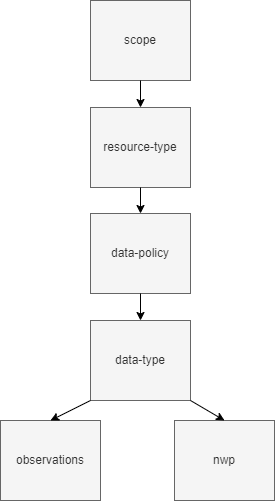
This is design.png from wmo-im/wis2-topic-hierarchy, a draw.io export, as it was before one commit. Source tidied: cells renumbered, new cells last; positions are measured from the earlier drawing's top-left corner, leaving out a move shared by most shapes. The source it was exported from:
```xml
<mxGraphModel>
  <root>
    <mxCell id="0" />
    <mxCell id="1" parent="0" />
    <mxCell id="2" value="scope" style="rounded=0;whiteSpace=wrap;html=1;fillColor=#f5f5f5;strokeColor=#666666;fontColor=#333333;" parent="1" vertex="1">
      <mxGeometry x="90" width="100" height="80" as="geometry" />
    </mxCell>
    <mxCell id="3" value="resource-type" style="rounded=0;whiteSpace=wrap;html=1;fillColor=#f5f5f5;strokeColor=#666666;fontColor=#333333;" parent="1" vertex="1">
      <mxGeometry x="90" y="107" width="100" height="80" as="geometry" />
    </mxCell>
    <mxCell id="4" value="data-policy" style="rounded=0;whiteSpace=wrap;html=1;fillColor=#f5f5f5;strokeColor=#666666;fontColor=#333333;" parent="1" vertex="1">
      <mxGeometry x="90" y="213" width="100" height="80" as="geometry" />
    </mxCell>
    <mxCell id="5" value="data-type" style="rounded=0;whiteSpace=wrap;html=1;fillColor=#f5f5f5;strokeColor=#666666;fontColor=#333333;" parent="1" vertex="1">
      <mxGeometry x="90" y="320" width="100" height="80" as="geometry" />
    </mxCell>
    <mxCell id="6" style="endArrow=classic;html=1;rounded=0;exitX=0.5;exitY=1;exitDx=0;exitDy=0;entryX=0.5;entryY=0;entryDx=0;entryDy=0;" parent="1" edge="1" source="2" target="3">
      <mxGeometry relative="1" as="geometry" />
    </mxCell>
    <mxCell id="7" style="endArrow=classic;html=1;rounded=0;exitX=0.5;exitY=1;exitDx=0;exitDy=0;entryX=0.5;entryY=0;entryDx=0;entryDy=0;" parent="1" edge="1" source="3" target="4">
      <mxGeometry relative="1" as="geometry" />
    </mxCell>
    <mxCell id="8" style="endArrow=classic;html=1;rounded=0;exitX=0.5;exitY=1;exitDx=0;exitDy=0;entryX=0.5;entryY=0;entryDx=0;entryDy=0;" parent="1" edge="1" source="4" target="5">
      <mxGeometry relative="1" as="geometry" />
    </mxCell>
    <mxCell id="9" value="observations" style="rounded=0;whiteSpace=wrap;html=1;fillColor=#f5f5f5;strokeColor=#666666;fontColor=#333333;" parent="1" vertex="1">
      <mxGeometry y="420" width="100" height="80" as="geometry" />
    </mxCell>
    <mxCell id="10" value="nwp" style="rounded=0;whiteSpace=wrap;html=1;fillColor=#f5f5f5;strokeColor=#666666;fontColor=#333333;" parent="1" vertex="1">
      <mxGeometry x="174" y="420" width="100" height="80" as="geometry" />
    </mxCell>
    <mxCell id="11" style="endArrow=classic;html=1;rounded=0;exitX=0;exitY=1;exitDx=0;exitDy=0;entryX=0.5;entryY=0;entryDx=0;entryDy=0;" parent="1" edge="1" source="5" target="9">
      <mxGeometry relative="1" as="geometry" />
    </mxCell>
    <mxCell id="12" style="endArrow=classic;html=1;rounded=0;exitX=1;exitY=1;exitDx=0;exitDy=0;entryX=0.5;entryY=0;entryDx=0;entryDy=0;" parent="1" edge="1" source="5" target="10">
      <mxGeometry relative="1" as="geometry" />
    </mxCell>
  </root>
</mxGraphModel>
```
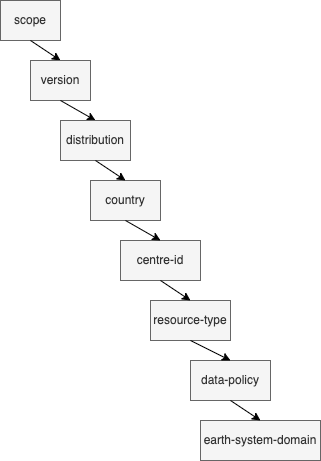
The same diagram one commit later.

What changed in the source:
```diff
@@ -3,37 +3,49 @@
     <mxCell id="0" />
     <mxCell id="1" parent="0" />
     <mxCell id="2" value="scope" style="rounded=0;whiteSpace=wrap;html=1;fillColor=#f5f5f5;strokeColor=#666666;fontColor=#333333;" parent="1" vertex="1">
-      <mxGeometry x="90" width="100" height="80" as="geometry" />
+      <mxGeometry x="-40" y="20" width="60" height="40" as="geometry" />
     </mxCell>
     <mxCell id="3" value="resource-type" style="rounded=0;whiteSpace=wrap;html=1;fillColor=#f5f5f5;strokeColor=#666666;fontColor=#333333;" parent="1" vertex="1">
-      <mxGeometry x="90" y="107" width="100" height="80" as="geometry" />
+      <mxGeometry x="110" y="320" width="80" height="40" as="geometry" />
     </mxCell>
     <mxCell id="4" value="data-policy" style="rounded=0;whiteSpace=wrap;html=1;fillColor=#f5f5f5;strokeColor=#666666;fontColor=#333333;" parent="1" vertex="1">
-      <mxGeometry x="90" y="213" width="100" height="80" as="geometry" />
+      <mxGeometry x="150" y="380" width="80" height="40" as="geometry" />
     </mxCell>
-    <mxCell id="5" value="data-type" style="rounded=0;whiteSpace=wrap;html=1;fillColor=#f5f5f5;strokeColor=#666666;fontColor=#333333;" parent="1" vertex="1">
-      <mxGeometry x="90" y="320" width="100" height="80" as="geometry" />
+    <mxCell id="5" value="earth-system-domain" style="rounded=0;whiteSpace=wrap;html=1;fillColor=#f5f5f5;strokeColor=#666666;fontColor=#333333;" parent="1" vertex="1">
+      <mxGeometry x="160" y="440" width="120" height="40" as="geometry" />
     </mxCell>
-    <mxCell id="6" style="endArrow=classic;html=1;rounded=0;exitX=0.5;exitY=1;exitDx=0;exitDy=0;entryX=0.5;entryY=0;entryDx=0;entryDy=0;" parent="1" edge="1" source="2" target="3">
+    <mxCell id="6" style="endArrow=classic;html=1;rounded=0;exitX=0.5;exitY=1;exitDx=0;exitDy=0;entryX=0.5;entryY=0;entryDx=0;entryDy=0;" parent="1" edge="1" source="2" target="13">
       <mxGeometry relative="1" as="geometry" />
     </mxCell>
     <mxCell id="7" style="endArrow=classic;html=1;rounded=0;exitX=0.5;exitY=1;exitDx=0;exitDy=0;entryX=0.5;entryY=0;entryDx=0;entryDy=0;" parent="1" edge="1" source="3" target="4">
       <mxGeometry relative="1" as="geometry" />
     </mxCell>
+    <mxCell id="13" value="version" style="rounded=0;whiteSpace=wrap;html=1;fillColor=#f5f5f5;strokeColor=#666666;fontColor=#333333;" parent="1" vertex="1">
+      <mxGeometry x="-10" y="80" width="60" height="40" as="geometry" />
+    </mxCell>
+    <mxCell id="14" style="endArrow=classic;html=1;rounded=0;exitX=0.5;exitY=1;exitDx=0;exitDy=0;entryX=0.5;entryY=0;entryDx=0;entryDy=0;" parent="1" edge="1" source="13" target="15">
+      <mxGeometry relative="1" as="geometry" />
+    </mxCell>
+    <mxCell id="15" value="distribution" style="rounded=0;whiteSpace=wrap;html=1;fillColor=#f5f5f5;strokeColor=#666666;fontColor=#333333;" parent="1" vertex="1">
+      <mxGeometry x="20" y="140" width="70" height="40" as="geometry" />
+    </mxCell>
+    <mxCell id="16" value="country" style="rounded=0;whiteSpace=wrap;html=1;fillColor=#f5f5f5;strokeColor=#666666;fontColor=#333333;" parent="1" vertex="1">
+      <mxGeometry x="50" y="200" width="70" height="40" as="geometry" />
+    </mxCell>
+    <mxCell id="17" value="centre-id" style="rounded=0;whiteSpace=wrap;html=1;fillColor=#f5f5f5;strokeColor=#666666;fontColor=#333333;" parent="1" vertex="1">
+      <mxGeometry x="80" y="260" width="80" height="40" as="geometry" />
+    </mxCell>
+    <mxCell id="18" style="endArrow=classic;html=1;rounded=0;exitX=0.5;exitY=1;exitDx=0;exitDy=0;entryX=0.5;entryY=0;entryDx=0;entryDy=0;" parent="1" edge="1" source="15" target="16">
+      <mxGeometry relative="1" as="geometry" />
+    </mxCell>
+    <mxCell id="19" style="endArrow=classic;html=1;rounded=0;exitX=0.5;exitY=1;exitDx=0;exitDy=0;entryX=0.5;entryY=0;entryDx=0;entryDy=0;" parent="1" edge="1" source="16" target="17">
+      <mxGeometry relative="1" as="geometry" />
+    </mxCell>
+    <mxCell id="20" style="endArrow=classic;html=1;rounded=0;exitX=0.5;exitY=1;exitDx=0;exitDy=0;entryX=0.5;entryY=0;entryDx=0;entryDy=0;" parent="1" edge="1" source="17" target="3">
+      <mxGeometry relative="1" as="geometry" />
+    </mxCell>
     <mxCell id="8" style="endArrow=classic;html=1;rounded=0;exitX=0.5;exitY=1;exitDx=0;exitDy=0;entryX=0.5;entryY=0;entryDx=0;entryDy=0;" parent="1" edge="1" source="4" target="5">
       <mxGeometry relative="1" as="geometry" />
     </mxCell>
-    <mxCell id="9" value="observations" style="rounded=0;whiteSpace=wrap;html=1;fillColor=#f5f5f5;strokeColor=#666666;fontColor=#333333;" parent="1" vertex="1">
-      <mxGeometry y="420" width="100" height="80" as="geometry" />
-    </mxCell>
-    <mxCell id="10" value="nwp" style="rounded=0;whiteSpace=wrap;html=1;fillColor=#f5f5f5;strokeColor=#666666;fontColor=#333333;" parent="1" vertex="1">
-      <mxGeometry x="174" y="420" width="100" height="80" as="geometry" />
-    </mxCell>
-    <mxCell id="11" style="endArrow=classic;html=1;rounded=0;exitX=0;exitY=1;exitDx=0;exitDy=0;entryX=0.5;entryY=0;entryDx=0;entryDy=0;" parent="1" edge="1" source="5" target="9">
-      <mxGeometry relative="1" as="geometry" />
-    </mxCell>
-    <mxCell id="12" style="endArrow=classic;html=1;rounded=0;exitX=1;exitY=1;exitDx=0;exitDy=0;entryX=0.5;entryY=0;entryDx=0;entryDy=0;" parent="1" edge="1" source="5" target="10">
-      <mxGeometry relative="1" as="geometry" />
-    </mxCell>
   </root>
 </mxGraphModel>
```
